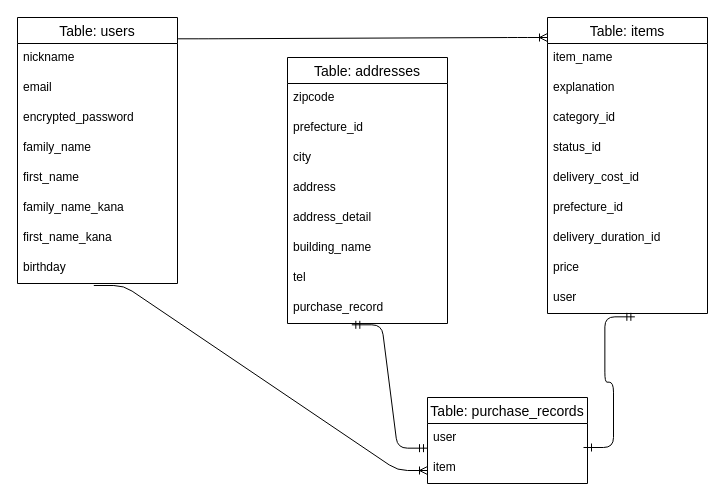
Above: ER.dio in John-Willy-Brandt/furima-46330 (draw.io), before the change. Source tidied: cells renumbered, new cells numbered last; positions are measured from the earlier drawing's top-left corner, leaving out a move shared by most shapes. Both pictures are drawn from the tidied source at 100%, with x=0, y=0 at pixel (17, 17).
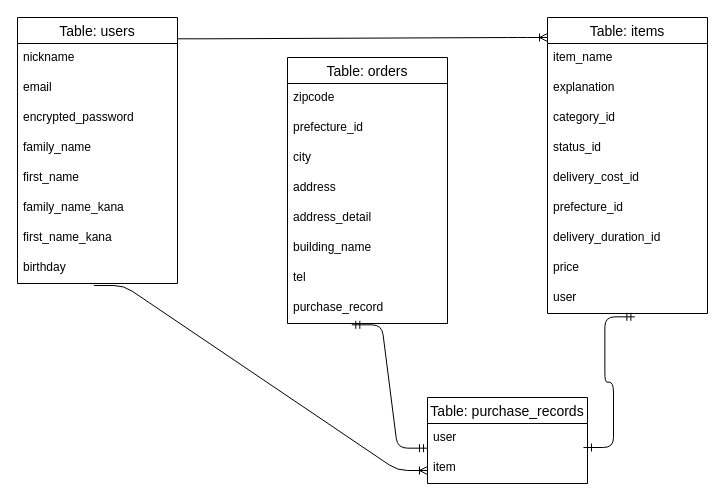
After the change.

Change to the diagram source:
```diff
@@
-    <mxCell id="21" value="Table: addresses" style="swimlane;fontStyle=0;horizontal=1;startSize=26;align=center;fontSize=14;" parent="1" vertex="1">
+    <mxCell id="21" value="Table: orders" style="swimlane;fontStyle=0;horizontal=1;startSize=26;align=center;fontSize=14;" parent="1" vertex="1">
       <mxGeometry x="270" y="40" width="160" height="266" as="geometry" />
     </mxCell>
```
